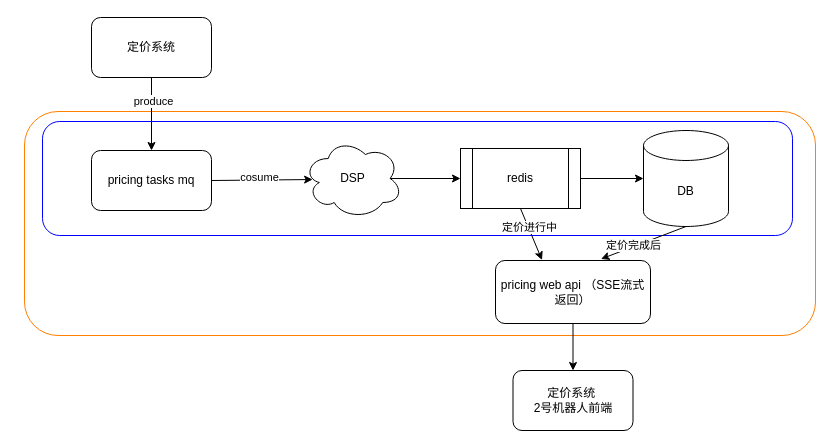
Earlier version of the draw.io diagram dsp_structure.drawio (mrlonely001/gittest). Source tidied: cells renumbered, new cells numbered last; positions are measured from the earlier drawing's top-left corner, leaving out a move shared by most shapes. Both pictures are drawn from the tidied source at 100%, with x=0, y=0 at pixel (24, 17).
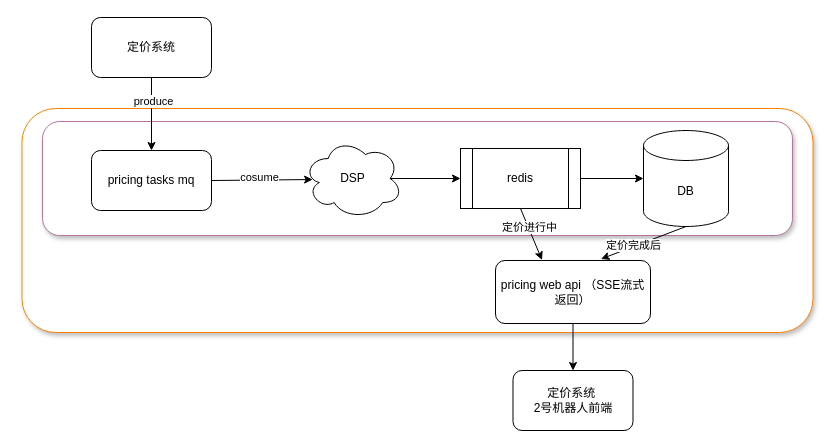
After the change.

Diff of the diagram source:
```diff
@@
-    <mxCell id="2" style="rounded=1;whiteSpace=wrap;html=1;strokeColor=#FF8000;" parent="1" vertex="1">
-      <mxGeometry y="94" width="791" height="224" as="geometry" />
+    <mxCell id="2" style="rounded=1;whiteSpace=wrap;html=1;strokeColor=#FF8000;shadow=1;" parent="1" vertex="1">
+      <mxGeometry x="-2.5" y="91" width="791" height="224" as="geometry" />
     </mxCell>
-    <mxCell id="3" style="rounded=1;whiteSpace=wrap;html=1;strokeColor=#0000FF;" parent="1" vertex="1">
+    <mxCell id="3" style="rounded=1;whiteSpace=wrap;html=1;strokeColor=#B5739D;shadow=1;" parent="1" vertex="1">
       <mxGeometry x="18" y="104" width="750" height="114" as="geometry" />
     </mxCell>
```
